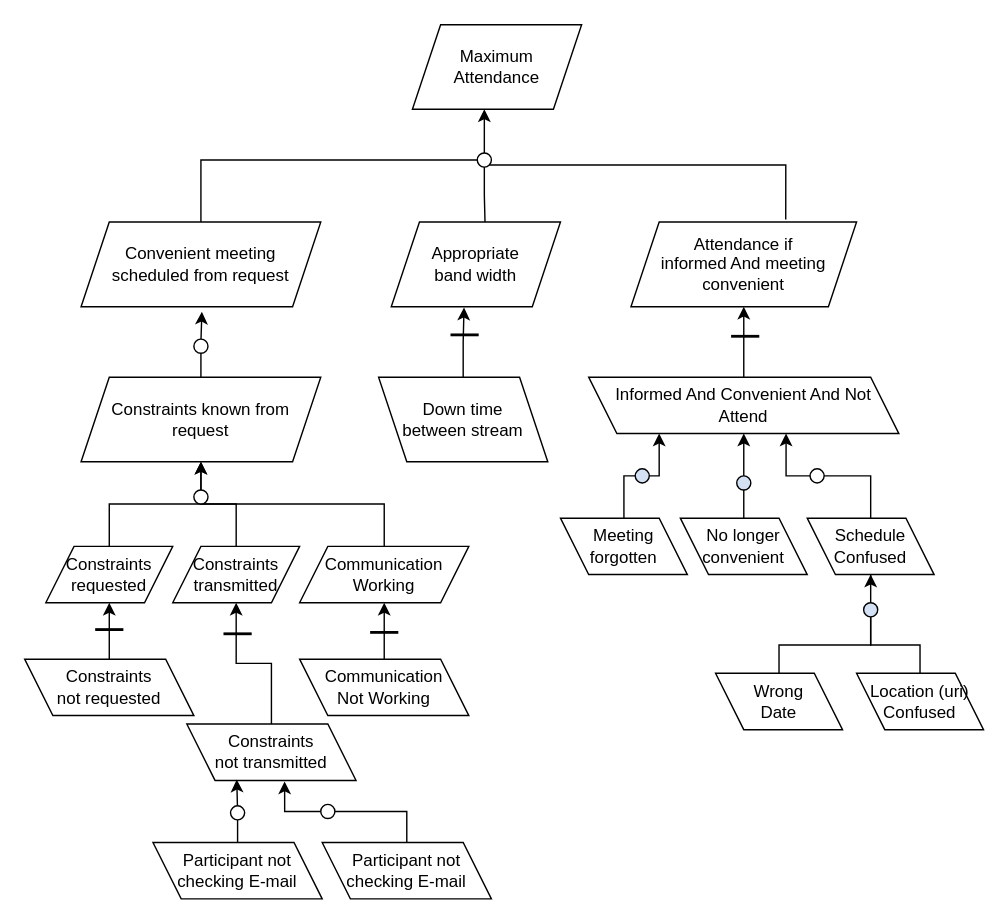
Earlier version of the draw.io diagram requirement-engineering/assets/online_attendance.drawio (Asncodes-80/master-papers). Source tidied: cells renumbered, new cells numbered last; positions are measured from the earlier drawing's top-left corner, leaving out a move shared by most shapes. Both pictures are drawn from the tidied source at 141%, with x=0, y=0 at pixel (24, 24).
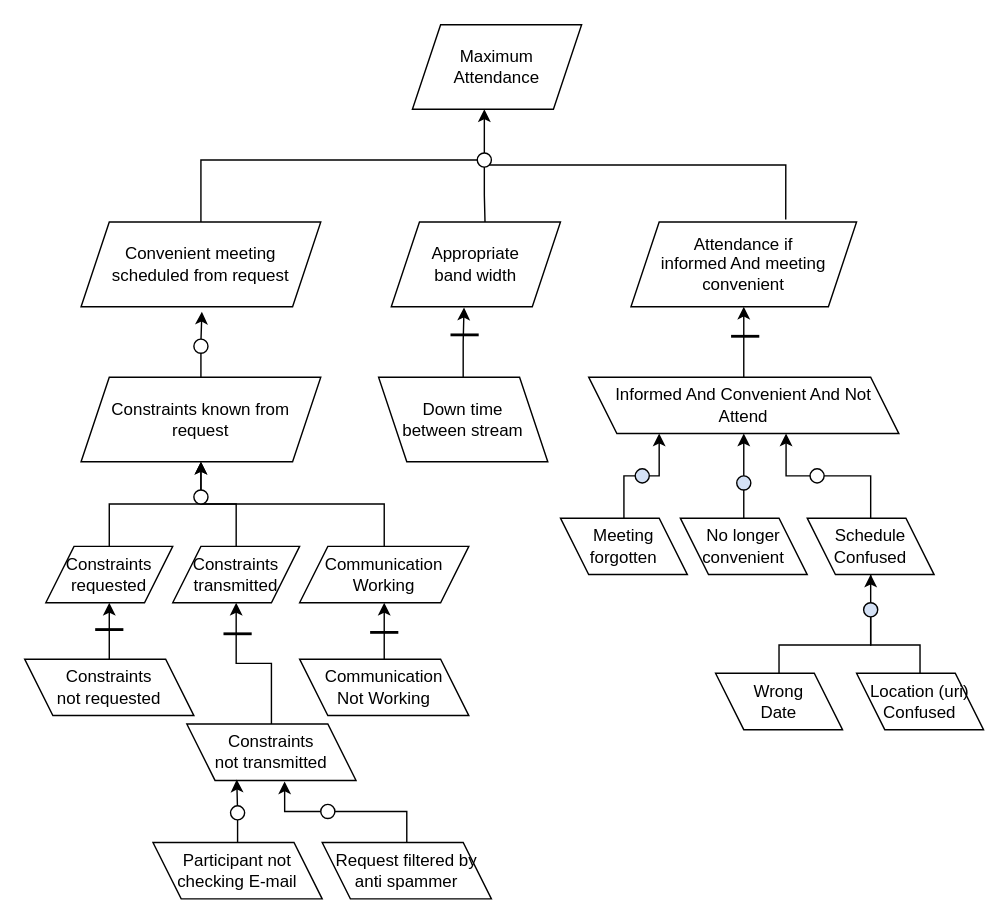
The same page after the edit.

Change to the diagram source:
```diff
@@
-    <mxCell id="54" value="Participant not&lt;div&gt;checking E-mail&lt;/div&gt;" style="shape=parallelogram;perimeter=parallelogramPerimeter;whiteSpace=wrap;html=1;fixedSize=1;flipH=0;flipV=1;" parent="1" vertex="1">
+    <mxCell id="54" value="Request filtered by anti spammer" style="shape=parallelogram;perimeter=parallelogramPerimeter;whiteSpace=wrap;html=1;fixedSize=1;flipH=0;flipV=1;" parent="1" vertex="1">
       <mxGeometry x="211" y="580" width="120" height="40" as="geometry" />
     </mxCell>
```
